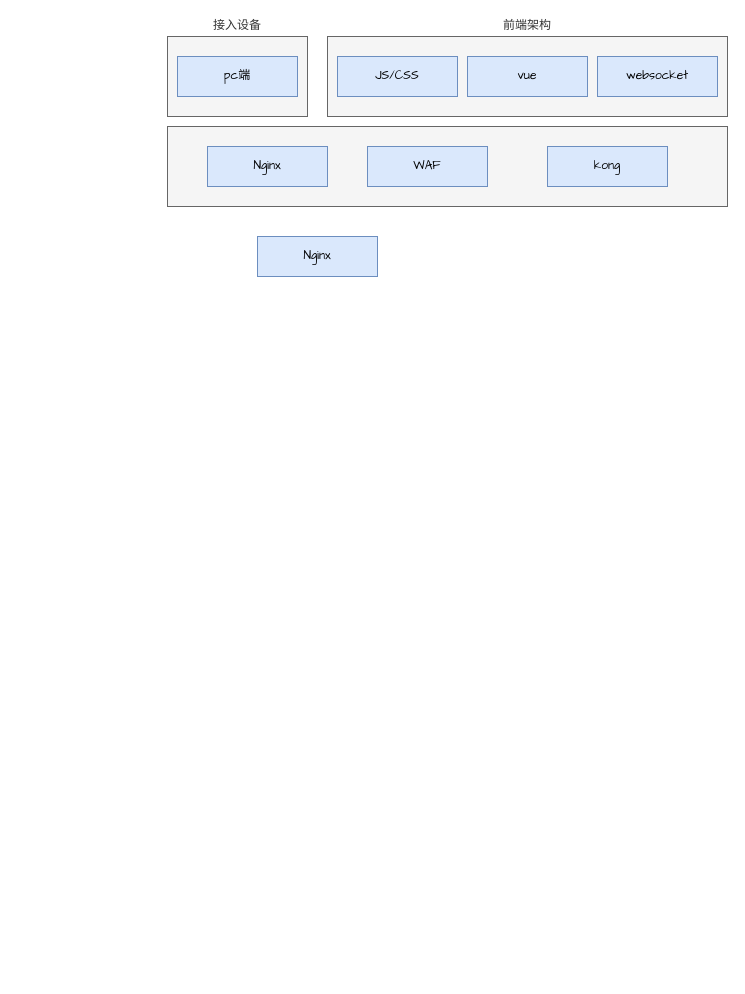
topsuder/draw keeps this draw.io diagram as AI-CSR.drawio. Above is the earlier version. Source tidied: cells renumbered, new cells numbered last; positions are measured from the earlier drawing's top-left corner, leaving out a move shared by most shapes. Both pictures are drawn from the tidied source at 100%, with x=0, y=0 at pixel (167, 36).
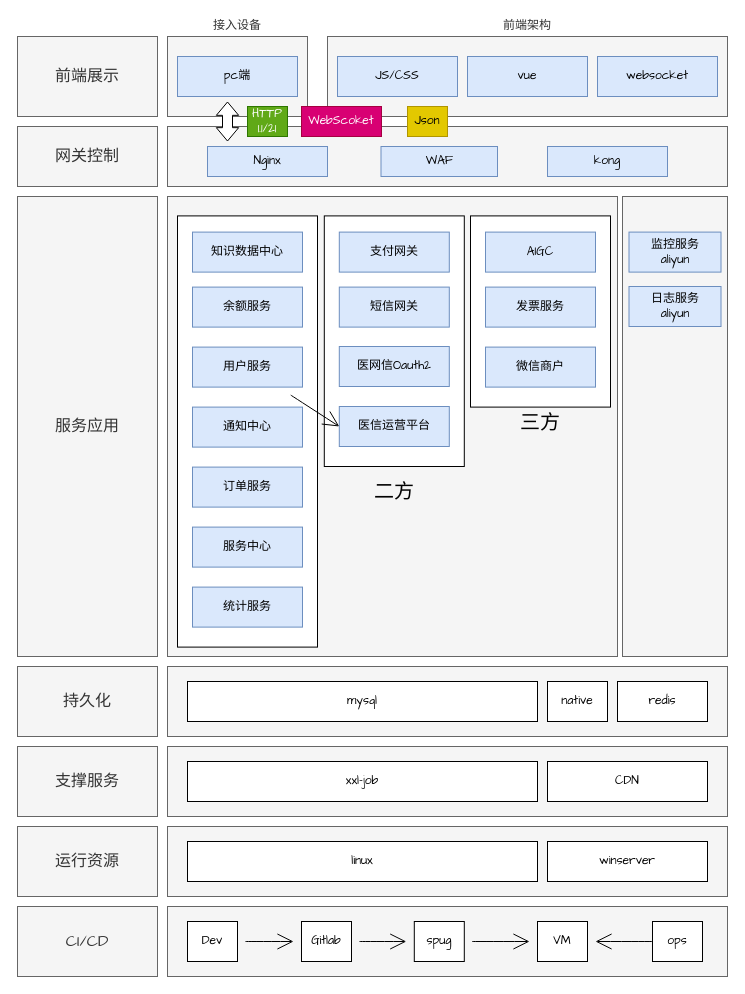
Above is the later version.

What changed in the source:
```diff
@@
     <mxCell id="8" value="&lt;br&gt;&lt;div&gt;&lt;br&gt;&lt;/div&gt;&lt;div&gt;&lt;br&gt;&lt;/div&gt;&lt;div&gt;&lt;br&gt;&lt;/div&gt;" style="rounded=0;whiteSpace=wrap;html=1;fontFamily=Architects Daughter;align=center;fillColor=#f5f5f5;fontColor=#333333;strokeColor=#666666;" parent="1" vertex="1">
-      <mxGeometry y="90" width="560" height="80" as="geometry" />
+      <mxGeometry y="90" width="560" height="60" as="geometry" />
     </mxCell>
     <mxCell id="9" value="Nginx" style="rounded=0;whiteSpace=wrap;html=1;fontFamily=Architects Daughter;fillColor=#dae8fc;strokeColor=#6c8ebf;align=center;" parent="1" vertex="1">
-      <mxGeometry x="40" y="110" width="120" height="40" as="geometry" />
+      <mxGeometry x="40" y="110" width="120" height="30" as="geometry" />
     </mxCell>
     <mxCell id="10" value="WAF" style="rounded=0;whiteSpace=wrap;html=1;fontFamily=Architects Daughter;fillColor=#dae8fc;strokeColor=#6c8ebf;align=center;" parent="1" vertex="1">
-      <mxGeometry x="200" y="110" width="120" height="40" as="geometry" />
+      <mxGeometry x="213.5" y="110" width="116.5" height="30" as="geometry" />
     </mxCell>
     <mxCell id="11" value="kong" style="rounded=0;whiteSpace=wrap;html=1;fontFamily=Architects Daughter;fillColor=#dae8fc;strokeColor=#6c8ebf;align=center;" parent="1" vertex="1">
-      <mxGeometry x="380" y="110" width="120" height="40" as="geometry" />
+      <mxGeometry x="380" y="110" width="120" height="30" as="geometry" />
     </mxCell>
-    <mxCell id="12" value="Nginx" style="rounded=0;whiteSpace=wrap;html=1;fontFamily=Architects Daughter;fillColor=#dae8fc;strokeColor=#6c8ebf;align=center;" parent="1" vertex="1">
-      <mxGeometry x="90" y="200" width="120" height="40" as="geometry" />
+    <mxCell id="12" value="HTTP 1.1/21" style="rounded=0;whiteSpace=wrap;html=1;fontFamily=Architects Daughter;fillColor=#60a917;strokeColor=#2D7600;align=center;fontColor=#ffffff;" parent="1" vertex="1">
+      <mxGeometry x="80" y="70" width="40" height="30" as="geometry" />
     </mxCell>
+    <mxCell id="13" style="shape=flexArrow;endArrow=classic;startArrow=classic;html=1;rounded=0;fontFamily=Architects Daughter;fontSize=16;startSize=4.113333333333333;endSize=4.113333333333333;sourcePerimeterSpacing=8;targetPerimeterSpacing=8;curved=1;startWidth=11.333333333333334;endWidth=11.333333333333334;fillColor=default;" parent="1" edge="1">
+      <mxGeometry relative="1" as="geometry">
+        <mxPoint x="60" y="105" as="sourcePoint" />
+        <mxPoint x="60" y="65" as="targetPoint" />
+      </mxGeometry>
+    </mxCell>
+    <mxCell id="14" value="WebScoket" style="rounded=0;whiteSpace=wrap;html=1;fontFamily=Architects Daughter;fillColor=#d80073;strokeColor=#A50040;align=center;fontColor=#ffffff;" parent="1" vertex="1">
+      <mxGeometry x="134" y="70" width="80" height="30" as="geometry" />
+    </mxCell>
+    <mxCell id="15" value="Json" style="rounded=0;whiteSpace=wrap;html=1;fontFamily=Architects Daughter;fillColor=#e3c800;strokeColor=#B09500;align=center;fontColor=#000000;" parent="1" vertex="1">
+      <mxGeometry x="240" y="70" width="40" height="30" as="geometry" />
+    </mxCell>
+    <mxCell id="16" value="&lt;br&gt;&lt;div&gt;&lt;br&gt;&lt;/div&gt;&lt;div&gt;&lt;br&gt;&lt;/div&gt;&lt;div&gt;&lt;br&gt;&lt;/div&gt;" style="rounded=0;whiteSpace=wrap;html=1;fontFamily=Architects Daughter;align=center;fillColor=#f5f5f5;fontColor=#333333;strokeColor=#666666;" parent="1" vertex="1">
+      <mxGeometry y="160" width="450" height="460" as="geometry" />
+    </mxCell>
+    <mxCell id="17" style="rounded=0;whiteSpace=wrap;html=1;fontFamily=Architects Daughter;" parent="1" vertex="1">
+      <mxGeometry x="303" y="179.4" width="140" height="191.2" as="geometry" />
+    </mxCell>
+    <mxCell id="18" value="AIGC" style="rounded=0;whiteSpace=wrap;html=1;fontFamily=Architects Daughter;fillColor=#dae8fc;strokeColor=#6c8ebf;align=center;" parent="1" vertex="1">
+      <mxGeometry x="318" y="195.6" width="110" height="40" as="geometry" />
+    </mxCell>
+    <mxCell id="19" value="发票服务" style="rounded=0;whiteSpace=wrap;html=1;fontFamily=Architects Daughter;fillColor=#dae8fc;strokeColor=#6c8ebf;align=center;" parent="1" vertex="1">
+      <mxGeometry x="318" y="250.6" width="110" height="40" as="geometry" />
+    </mxCell>
+    <mxCell id="20" style="rounded=0;whiteSpace=wrap;html=1;fontFamily=Architects Daughter;" parent="1" vertex="1">
+      <mxGeometry x="156.8" y="179.4" width="140" height="250.6" as="geometry" />
+    </mxCell>
+    <mxCell id="21" style="rounded=0;whiteSpace=wrap;html=1;fontFamily=Architects Daughter;" parent="1" vertex="1">
+      <mxGeometry x="10" y="179.4" width="140" height="431.2" as="geometry" />
+    </mxCell>
+    <mxCell id="22" value="&lt;div&gt;&lt;span style=&quot;background-color: initial;&quot;&gt;支付网关&lt;/span&gt;&lt;/div&gt;" style="rounded=0;whiteSpace=wrap;html=1;fontFamily=Architects Daughter;fillColor=#dae8fc;strokeColor=#6c8ebf;align=center;" parent="1" vertex="1">
+      <mxGeometry x="171.8" y="195.6" width="110" height="40" as="geometry" />
+    </mxCell>
+    <mxCell id="23" value="&lt;div&gt;&lt;span style=&quot;background-color: initial;&quot;&gt;短信网关&lt;/span&gt;&lt;/div&gt;" style="rounded=0;whiteSpace=wrap;html=1;fontFamily=Architects Daughter;fillColor=#dae8fc;strokeColor=#6c8ebf;align=center;" parent="1" vertex="1">
+      <mxGeometry x="171.8" y="250.6" width="110" height="40" as="geometry" />
+    </mxCell>
+    <mxCell id="24" value="知识数据中心" style="rounded=0;whiteSpace=wrap;html=1;fontFamily=Architects Daughter;fillColor=#dae8fc;strokeColor=#6c8ebf;align=center;" parent="1" vertex="1">
+      <mxGeometry x="25" y="195.6" width="110" height="40" as="geometry" />
+    </mxCell>
+    <mxCell id="25" value="余额服务" style="rounded=0;whiteSpace=wrap;html=1;fontFamily=Architects Daughter;fillColor=#dae8fc;strokeColor=#6c8ebf;align=center;" parent="1" vertex="1">
+      <mxGeometry x="25" y="250.6" width="110" height="40" as="geometry" />
+    </mxCell>
+    <mxCell id="26" value="医网信Oauth2" style="rounded=0;whiteSpace=wrap;html=1;fontFamily=Architects Daughter;fillColor=#dae8fc;strokeColor=#6c8ebf;align=center;" parent="1" vertex="1">
+      <mxGeometry x="171.8" y="310" width="110" height="40" as="geometry" />
+    </mxCell>
+    <mxCell id="27" style="edgeStyle=none;curved=1;rounded=0;jettySize=auto;html=1;entryX=0;entryY=0.5;entryDx=0;entryDy=0;fontFamily=Architects Daughter;fontSize=16;startSize=14;endArrow=open;endSize=14;sourcePerimeterSpacing=8;targetPerimeterSpacing=8;" parent="1" edge="1" source="28" target="34">
+      <mxGeometry relative="1" as="geometry" />
+    </mxCell>
+    <mxCell id="28" value="用户服务" style="rounded=0;whiteSpace=wrap;html=1;fontFamily=Architects Daughter;fillColor=#dae8fc;strokeColor=#6c8ebf;align=center;" parent="1" vertex="1">
+      <mxGeometry x="25" y="310.6" width="110" height="40" as="geometry" />
+    </mxCell>
+    <mxCell id="29" value="通知中心" style="rounded=0;whiteSpace=wrap;html=1;fontFamily=Architects Daughter;fillColor=#dae8fc;strokeColor=#6c8ebf;align=center;" parent="1" vertex="1">
+      <mxGeometry x="25" y="370.6" width="110" height="40" as="geometry" />
+    </mxCell>
+    <mxCell id="30" value="订单服务" style="rounded=0;whiteSpace=wrap;html=1;fontFamily=Architects Daughter;fillColor=#dae8fc;strokeColor=#6c8ebf;align=center;" parent="1" vertex="1">
+      <mxGeometry x="25" y="430.6" width="110" height="40" as="geometry" />
+    </mxCell>
+    <mxCell id="31" value="二方" style="text;html=1;align=center;verticalAlign=middle;whiteSpace=wrap;rounded=0;fontSize=20;fontFamily=Architects Daughter;" parent="1" vertex="1">
+      <mxGeometry x="196.8" y="440" width="60" height="30" as="geometry" />
+    </mxCell>
+    <mxCell id="32" value="三方" style="text;html=1;align=center;verticalAlign=middle;whiteSpace=wrap;rounded=0;fontSize=20;fontFamily=Architects Daughter;" parent="1" vertex="1">
+      <mxGeometry x="343" y="370.6" width="60" height="30" as="geometry" />
+    </mxCell>
+    <mxCell id="33" value="服务中心" style="rounded=0;whiteSpace=wrap;html=1;fontFamily=Architects Daughter;fillColor=#dae8fc;strokeColor=#6c8ebf;align=center;" parent="1" vertex="1">
+      <mxGeometry x="25" y="490.6" width="110" height="40" as="geometry" />
+    </mxCell>
+    <mxCell id="34" value="医信运营平台" style="rounded=0;whiteSpace=wrap;html=1;fontFamily=Architects Daughter;fillColor=#dae8fc;strokeColor=#6c8ebf;align=center;" parent="1" vertex="1">
+      <mxGeometry x="171.8" y="370" width="110" height="40" as="geometry" />
+    </mxCell>
+    <mxCell id="35" value="微信商户" style="rounded=0;whiteSpace=wrap;html=1;fontFamily=Architects Daughter;fillColor=#dae8fc;strokeColor=#6c8ebf;align=center;" parent="1" vertex="1">
+      <mxGeometry x="318" y="310.6" width="110" height="40" as="geometry" />
+    </mxCell>
+    <mxCell id="36" value="统计服务" style="rounded=0;whiteSpace=wrap;html=1;fontFamily=Architects Daughter;fillColor=#dae8fc;strokeColor=#6c8ebf;align=center;" parent="1" vertex="1">
+      <mxGeometry x="25" y="550.6" width="110" height="40" as="geometry" />
+    </mxCell>
+    <mxCell id="37" value="&lt;br&gt;&lt;div&gt;&lt;br&gt;&lt;/div&gt;&lt;div&gt;&lt;br&gt;&lt;/div&gt;&lt;div&gt;&lt;br&gt;&lt;/div&gt;" style="rounded=0;whiteSpace=wrap;html=1;fontFamily=Architects Daughter;align=center;fillColor=#f5f5f5;fontColor=#333333;strokeColor=#666666;" parent="1" vertex="1">
+      <mxGeometry y="870" width="560" height="70" as="geometry" />
+    </mxCell>
+    <mxCell id="38" style="edgeStyle=none;curved=1;rounded=0;jettySize=auto;html=1;fontFamily=Architects Daughter;fontSize=16;startSize=14;endArrow=open;endSize=14;sourcePerimeterSpacing=8;targetPerimeterSpacing=8;" parent="1" edge="1" source="39" target="41">
+      <mxGeometry relative="1" as="geometry" />
+    </mxCell>
+    <mxCell id="39" value="Dev" style="rounded=0;whiteSpace=wrap;html=1;fontFamily=Architects Daughter;" parent="1" vertex="1">
+      <mxGeometry x="20" y="885" width="50" height="40" as="geometry" />
+    </mxCell>
+    <mxCell id="40" style="edgeStyle=none;curved=1;rounded=0;jettySize=auto;html=1;fontFamily=Architects Daughter;fontSize=16;startSize=14;endArrow=open;endSize=14;sourcePerimeterSpacing=8;targetPerimeterSpacing=8;" parent="1" edge="1" source="41" target="43">
+      <mxGeometry relative="1" as="geometry" />
+    </mxCell>
+    <mxCell id="41" value="Gitlab" style="rounded=0;whiteSpace=wrap;html=1;fontFamily=Architects Daughter;" parent="1" vertex="1">
+      <mxGeometry x="134" y="885" width="50" height="40" as="geometry" />
+    </mxCell>
+    <mxCell id="42" style="edgeStyle=none;curved=1;rounded=0;jettySize=auto;html=1;fontFamily=Architects Daughter;fontSize=16;startSize=14;endArrow=open;endSize=14;sourcePerimeterSpacing=8;targetPerimeterSpacing=8;" parent="1" edge="1" source="43" target="44">
+      <mxGeometry relative="1" as="geometry" />
+    </mxCell>
+    <mxCell id="43" value="spug" style="rounded=0;whiteSpace=wrap;html=1;fontFamily=Architects Daughter;" parent="1" vertex="1">
+      <mxGeometry x="246.8" y="885" width="50" height="40" as="geometry" />
+    </mxCell>
+    <mxCell id="44" value="VM" style="rounded=0;whiteSpace=wrap;html=1;fontFamily=Architects Daughter;" parent="1" vertex="1">
+      <mxGeometry x="370" y="885" width="50" height="40" as="geometry" />
+    </mxCell>
+    <mxCell id="45" style="edgeStyle=none;curved=1;rounded=0;jettySize=auto;html=1;exitX=0;exitY=0.5;exitDx=0;exitDy=0;fontFamily=Architects Daughter;fontSize=16;startSize=14;endArrow=open;endSize=14;sourcePerimeterSpacing=8;targetPerimeterSpacing=8;" parent="1" edge="1" source="46" target="44">
+      <mxGeometry relative="1" as="geometry" />
+    </mxCell>
+    <mxCell id="46" value="ops" style="rounded=0;whiteSpace=wrap;html=1;fontFamily=Architects Daughter;" parent="1" vertex="1">
+      <mxGeometry x="485" y="885" width="50" height="40" as="geometry" />
+    </mxCell>
+    <mxCell id="47" value="&lt;br&gt;&lt;div&gt;&lt;br&gt;&lt;/div&gt;&lt;div&gt;&lt;br&gt;&lt;/div&gt;&lt;div&gt;&lt;br&gt;&lt;/div&gt;" style="rounded=0;whiteSpace=wrap;html=1;fontFamily=Architects Daughter;align=center;fillColor=#f5f5f5;fontColor=#333333;strokeColor=#666666;" parent="1" vertex="1">
+      <mxGeometry y="630" width="560" height="70" as="geometry" />
+    </mxCell>
+    <mxCell id="48" value="mysql" style="rounded=0;whiteSpace=wrap;html=1;fontFamily=Architects Daughter;" parent="1" vertex="1">
+      <mxGeometry x="20" y="645" width="350" height="40" as="geometry" />
+    </mxCell>
+    <mxCell id="49" value="redis" style="rounded=0;whiteSpace=wrap;html=1;fontFamily=Architects Daughter;" parent="1" vertex="1">
+      <mxGeometry x="450" y="645" width="90" height="40" as="geometry" />
+    </mxCell>
+    <mxCell id="50" value="&lt;br&gt;&lt;div&gt;&lt;br&gt;&lt;/div&gt;&lt;div&gt;&lt;br&gt;&lt;/div&gt;&lt;div&gt;&lt;br&gt;&lt;/div&gt;" style="rounded=0;whiteSpace=wrap;html=1;fontFamily=Architects Daughter;align=center;fillColor=#f5f5f5;fontColor=#333333;strokeColor=#666666;" parent="1" vertex="1">
+      <mxGeometry y="710" width="560" height="70" as="geometry" />
+    </mxCell>
+    <mxCell id="51" value="xxl-job" style="rounded=0;whiteSpace=wrap;html=1;fontFamily=Architects Daughter;" parent="1" vertex="1">
+      <mxGeometry x="20" y="725" width="350" height="40" as="geometry" />
+    </mxCell>
+    <mxCell id="52" value="CDN" style="rounded=0;whiteSpace=wrap;html=1;fontFamily=Architects Daughter;" parent="1" vertex="1">
+      <mxGeometry x="380" y="725" width="160" height="40" as="geometry" />
+    </mxCell>
+    <mxCell id="53" value="native" style="rounded=0;whiteSpace=wrap;html=1;fontFamily=Architects Daughter;" parent="1" vertex="1">
+      <mxGeometry x="380" y="645" width="60" height="40" as="geometry" />
+    </mxCell>
+    <mxCell id="54" value="&lt;br&gt;&lt;div&gt;&lt;br&gt;&lt;/div&gt;&lt;div&gt;&lt;br&gt;&lt;/div&gt;&lt;div&gt;&lt;br&gt;&lt;/div&gt;" style="rounded=0;whiteSpace=wrap;html=1;fontFamily=Architects Daughter;align=center;fillColor=#f5f5f5;fontColor=#333333;strokeColor=#666666;" parent="1" vertex="1">
+      <mxGeometry y="790" width="560" height="70" as="geometry" />
+    </mxCell>
+    <mxCell id="55" value="linux" style="rounded=0;whiteSpace=wrap;html=1;fontFamily=Architects Daughter;" parent="1" vertex="1">
+      <mxGeometry x="20" y="805" width="350" height="40" as="geometry" />
+    </mxCell>
+    <mxCell id="56" value="winserver" style="rounded=0;whiteSpace=wrap;html=1;fontFamily=Architects Daughter;" parent="1" vertex="1">
+      <mxGeometry x="380" y="805" width="160" height="40" as="geometry" />
+    </mxCell>
+    <mxCell id="57" value="&lt;div&gt;&lt;br&gt;&lt;/div&gt;" style="rounded=0;whiteSpace=wrap;html=1;fontFamily=Architects Daughter;align=center;fillColor=#f5f5f5;fontColor=#333333;strokeColor=#666666;" parent="1" vertex="1">
+      <mxGeometry x="455" y="160" width="105" height="460" as="geometry" />
+    </mxCell>
+    <mxCell id="58" value="监控服务&lt;div&gt;aliyun&lt;/div&gt;" style="rounded=0;whiteSpace=wrap;html=1;fontFamily=Architects Daughter;fillColor=#dae8fc;strokeColor=#6c8ebf;align=center;" parent="1" vertex="1">
+      <mxGeometry x="461.5" y="195.6" width="92" height="40" as="geometry" />
+    </mxCell>
+    <mxCell id="59" value="日志服务&lt;div&gt;aliyun&lt;/div&gt;" style="rounded=0;whiteSpace=wrap;html=1;fontFamily=Architects Daughter;fillColor=#dae8fc;strokeColor=#6c8ebf;align=center;" parent="1" vertex="1">
+      <mxGeometry x="461.5" y="250" width="92" height="40" as="geometry" />
+    </mxCell>
+    <mxCell id="60" value="&lt;font style=&quot;font-size: 16px;&quot;&gt;前端展示&lt;/font&gt;" style="rounded=0;whiteSpace=wrap;html=1;fontFamily=Architects Daughter;align=center;fillColor=#f5f5f5;fontColor=#333333;strokeColor=#666666;" parent="1" vertex="1">
+      <mxGeometry x="-150" width="140" height="80" as="geometry" />
+    </mxCell>
+    <mxCell id="61" value="&lt;font style=&quot;font-size: 16px;&quot;&gt;网关控制&lt;/font&gt;" style="rounded=0;whiteSpace=wrap;html=1;fontFamily=Architects Daughter;align=center;fillColor=#f5f5f5;fontColor=#333333;strokeColor=#666666;" parent="1" vertex="1">
+      <mxGeometry x="-150" y="90" width="140" height="60" as="geometry" />
+    </mxCell>
+    <mxCell id="62" value="&lt;font style=&quot;font-size: 16px;&quot;&gt;服务应用&lt;/font&gt;" style="rounded=0;whiteSpace=wrap;html=1;fontFamily=Architects Daughter;align=center;fillColor=#f5f5f5;fontColor=#333333;strokeColor=#666666;" parent="1" vertex="1">
+      <mxGeometry x="-150" y="160" width="140" height="460" as="geometry" />
+    </mxCell>
+    <mxCell id="63" value="&lt;font style=&quot;font-size: 16px;&quot;&gt;持久化&lt;/font&gt;" style="rounded=0;whiteSpace=wrap;html=1;fontFamily=Architects Daughter;align=center;fillColor=#f5f5f5;fontColor=#333333;strokeColor=#666666;" parent="1" vertex="1">
+      <mxGeometry x="-150" y="630" width="140" height="70" as="geometry" />
+    </mxCell>
+    <mxCell id="64" value="&lt;span style=&quot;font-size: 16px;&quot;&gt;支撑服务&lt;/span&gt;" style="rounded=0;whiteSpace=wrap;html=1;fontFamily=Architects Daughter;align=center;fillColor=#f5f5f5;fontColor=#333333;strokeColor=#666666;" parent="1" vertex="1">
+      <mxGeometry x="-150" y="710" width="140" height="70" as="geometry" />
+    </mxCell>
+    <mxCell id="65" value="&lt;span style=&quot;font-size: 16px;&quot;&gt;运行资源&lt;/span&gt;" style="rounded=0;whiteSpace=wrap;html=1;fontFamily=Architects Daughter;align=center;fillColor=#f5f5f5;fontColor=#333333;strokeColor=#666666;" parent="1" vertex="1">
+      <mxGeometry x="-150" y="790" width="140" height="70" as="geometry" />
+    </mxCell>
+    <mxCell id="66" value="&lt;span style=&quot;font-size: 16px;&quot;&gt;CI/CD&lt;/span&gt;" style="rounded=0;whiteSpace=wrap;html=1;fontFamily=Architects Daughter;align=center;fillColor=#f5f5f5;fontColor=#333333;strokeColor=#666666;" parent="1" vertex="1">
+      <mxGeometry x="-150" y="870" width="140" height="70" as="geometry" />
+    </mxCell>
```
